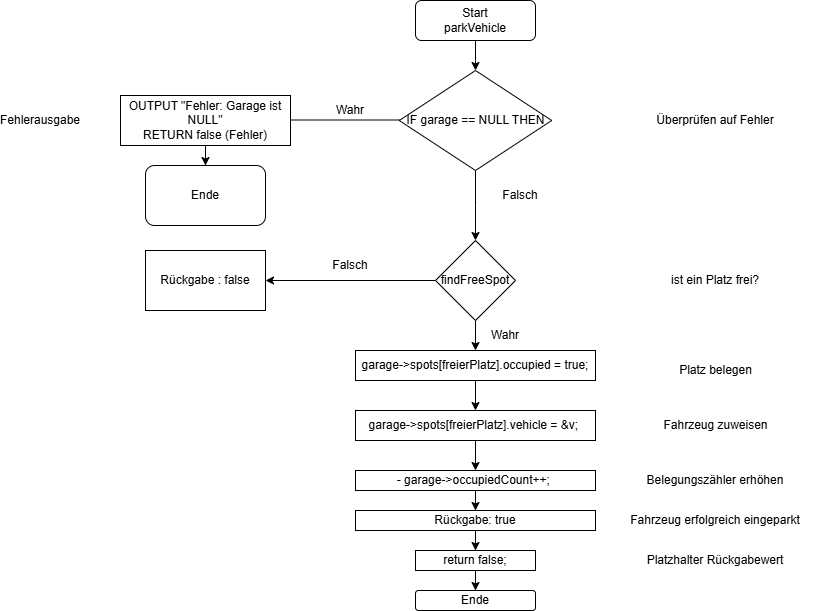
The draw.io diagram docs/flowcharts/parkingVehicle_flowchart.drawio.png in yasinbakacs/Projekt_Programmieren1, before a commit. Source tidied: cells renumbered, new cells last; positions are measured from the earlier drawing's top-left corner, leaving out a move shared by most shapes.
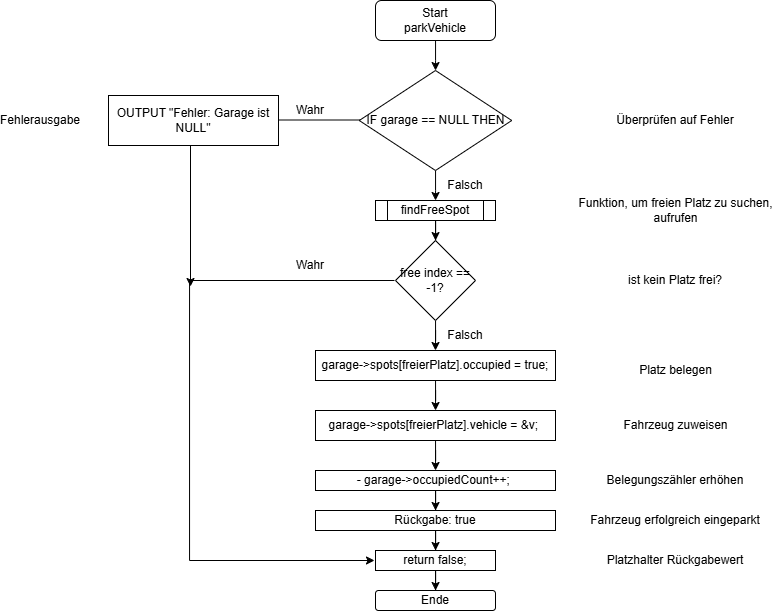
After the change.

Commit message:
Verbesserung parkingVehicle

The edit, as a diff of the source:
```diff
@@ -8,55 +8,53 @@
     <mxCell id="3" value="Start&lt;br&gt;parkVehicle" style="rounded=1;whiteSpace=wrap;html=1;" parent="1" vertex="1">
       <mxGeometry x="405" width="120" height="40" as="geometry" />
     </mxCell>
+    <mxCell id="5" style="edgeStyle=orthogonalEdgeStyle;rounded=0;orthogonalLoop=1;jettySize=auto;html=1;" parent="1" edge="1">
+      <mxGeometry relative="1" as="geometry">
+        <mxPoint x="448.8" y="119.5" as="sourcePoint" />
+        <mxPoint x="240" y="119.5" as="targetPoint" />
+      </mxGeometry>
+    </mxCell>
-    <mxCell id="4" style="edgeStyle=orthogonalEdgeStyle;rounded=0;jettySize=auto;html=1;entryX=0.5;entryY=0;entryDx=0;entryDy=0;" parent="1" edge="1" source="6" target="17">
+    <mxCell id="4" style="edgeStyle=orthogonalEdgeStyle;rounded=0;jettySize=auto;html=1;" parent="1" edge="1" source="6" target="17">
       <mxGeometry relative="1" as="geometry" />
     </mxCell>
-    <mxCell id="5" style="edgeStyle=orthogonalEdgeStyle;rounded=0;orthogonalLoop=1;jettySize=auto;html=1;" parent="1" edge="1">
-      <mxGeometry relative="1" as="geometry">
-        <mxPoint x="448.8" y="119.5" as="sourcePoint" />
-        <mxPoint x="240" y="119.5" as="targetPoint" />
-      </mxGeometry>
-    </mxCell>
     <mxCell id="6" value="IF garage == NULL THEN" style="rhombus;whiteSpace=wrap;html=1;" parent="1" vertex="1">
       <mxGeometry x="388.8" y="70" width="152.5" height="100" as="geometry" />
     </mxCell>
-    <mxCell id="7" style="edgeStyle=orthogonalEdgeStyle;rounded=0;jettySize=auto;html=1;" parent="1" edge="1" source="8" target="9">
-      <mxGeometry relative="1" as="geometry" />
-    </mxCell>
+    <mxCell id="37" style="edgeStyle=orthogonalEdgeStyle;rounded=0;orthogonalLoop=1;jettySize=auto;html=1;" parent="1" edge="1">
+      <mxGeometry relative="1" as="geometry">
+        <mxPoint x="220" y="121" as="sourcePoint" />
+        <mxPoint x="220" y="286" as="targetPoint" />
+      </mxGeometry>
+    </mxCell>
-    <mxCell id="8" value="&lt;div&gt;OUTPUT &quot;Fehler: Garage ist NULL&quot;&lt;/div&gt;&lt;div&gt;&lt;span style=&quot;background-color: transparent; color: light-dark(rgb(0, 0, 0), rgb(255, 255, 255));&quot;&gt;RETURN false (Fehler)&lt;/span&gt;&lt;/div&gt;" style="rounded=0;whiteSpace=wrap;html=1;" parent="1" vertex="1">
-      <mxGeometry x="110" y="95" width="170" height="50" as="geometry" />
+    <mxCell id="8" value="&lt;div&gt;OUTPUT &quot;Fehler: Garage ist NULL&quot;&lt;/div&gt;" style="rounded=0;whiteSpace=wrap;html=1;" parent="1" vertex="1">
+      <mxGeometry x="138" y="95" width="170" height="50" as="geometry" />
     </mxCell>
-    <mxCell id="9" value="Ende" style="rounded=1;whiteSpace=wrap;html=1;" parent="1" vertex="1">
-      <mxGeometry x="135" y="165" width="120" height="60" as="geometry" />
-    </mxCell>
     <mxCell id="10" value="Überprüfen auf Fehler" style="text;html=1;whiteSpace=wrap;strokeColor=none;fillColor=none;align=center;verticalAlign=middle;rounded=0;" parent="1" vertex="1">
       <mxGeometry x="620" y="105" width="170" height="30" as="geometry" />
     </mxCell>
     <mxCell id="11" value="Fehlerausgabe" style="text;html=1;whiteSpace=wrap;strokeColor=none;fillColor=none;align=center;verticalAlign=middle;rounded=0;" parent="1" vertex="1">
-      <mxGeometry y="105" width="60" height="30" as="geometry" />
+      <mxGeometry x="40" y="105" width="60" height="30" as="geometry" />
     </mxCell>
     <mxCell id="12" value="Wahr" style="text;html=1;whiteSpace=wrap;strokeColor=none;fillColor=none;align=center;verticalAlign=middle;rounded=0;" parent="1" vertex="1">
       <mxGeometry x="310" y="95" width="60" height="30" as="geometry" />
     </mxCell>
     <mxCell id="13" value="Falsch" style="text;html=1;whiteSpace=wrap;strokeColor=none;fillColor=none;align=center;verticalAlign=middle;rounded=0;" parent="1" vertex="1">
-      <mxGeometry x="480" y="180" width="60" height="30" as="geometry" />
+      <mxGeometry x="465" y="170" width="60" height="30" as="geometry" />
     </mxCell>
-    <mxCell id="14" value="ist ein Platz frei?" style="text;html=1;whiteSpace=wrap;strokeColor=none;fillColor=none;align=center;verticalAlign=middle;rounded=0;" parent="1" vertex="1">
+    <mxCell id="14" value="ist kein Platz frei?" style="text;html=1;whiteSpace=wrap;strokeColor=none;fillColor=none;align=center;verticalAlign=middle;rounded=0;" parent="1" vertex="1">
       <mxGeometry x="605" y="265" width="200" height="30" as="geometry" />
     </mxCell>
-    <mxCell id="15" style="edgeStyle=orthogonalEdgeStyle;rounded=0;jettySize=auto;html=1;" parent="1" edge="1" source="17" target="18">
-      <mxGeometry relative="1" as="geometry" />
+    <mxCell id="15" style="edgeStyle=orthogonalEdgeStyle;rounded=0;orthogonalLoop=1;jettySize=auto;html=1;entryX=0;entryY=0.5;entryDx=0;entryDy=0;" parent="1" edge="1">
+      <mxGeometry relative="1" as="geometry">
+        <mxPoint x="424" y="280" as="sourcePoint" />
+        <mxPoint x="404" y="560" as="targetPoint" />
+        <Array as="points">
+          <mxPoint x="219" y="280" />
+          <mxPoint x="219" y="560" />
+        </Array>
+      </mxGeometry>
     </mxCell>
-    <mxCell id="16" style="edgeStyle=orthogonalEdgeStyle;rounded=0;jettySize=auto;html=1;" parent="1" edge="1" source="17" target="21">
-      <mxGeometry relative="1" as="geometry" />
-    </mxCell>
-    <mxCell id="17" value="findFreeSpot" style="rhombus;whiteSpace=wrap;html=1;" parent="1" vertex="1">
-      <mxGeometry x="425" y="240" width="80" height="80" as="geometry" />
-    </mxCell>
-    <mxCell id="18" value="Rückgabe : false" style="whiteSpace=wrap;html=1;" parent="1" vertex="1">
-      <mxGeometry x="135" y="250" width="120" height="60" as="geometry" />
-    </mxCell>
-    <mxCell id="19" value="Falsch" style="text;html=1;whiteSpace=wrap;strokeColor=none;fillColor=none;align=center;verticalAlign=middle;rounded=0;" parent="1" vertex="1">
+    <mxCell id="19" value="Wahr" style="text;html=1;whiteSpace=wrap;strokeColor=none;fillColor=none;align=center;verticalAlign=middle;rounded=0;" parent="1" vertex="1">
       <mxGeometry x="310" y="250" width="60" height="30" as="geometry" />
     </mxCell>
     <mxCell id="20" style="edgeStyle=orthogonalEdgeStyle;rounded=0;jettySize=auto;html=1;" parent="1" edge="1" source="21" target="25">
@@ -65,7 +63,7 @@
     <mxCell id="21" value="&amp;nbsp;garage-&amp;gt;spots[freierPlatz].occupied = true;&amp;nbsp;" style="whiteSpace=wrap;html=1;" parent="1" vertex="1">
       <mxGeometry x="345" y="350" width="240" height="30" as="geometry" />
     </mxCell>
-    <mxCell id="22" value="Wahr" style="text;html=1;whiteSpace=wrap;strokeColor=none;fillColor=none;align=center;verticalAlign=middle;rounded=0;" parent="1" vertex="1">
+    <mxCell id="22" value="Falsch" style="text;html=1;whiteSpace=wrap;strokeColor=none;fillColor=none;align=center;verticalAlign=middle;rounded=0;" parent="1" vertex="1">
       <mxGeometry x="465" y="320" width="60" height="30" as="geometry" />
     </mxCell>
     <mxCell id="23" value="Platz belegen" style="text;html=1;whiteSpace=wrap;strokeColor=none;fillColor=none;align=center;verticalAlign=middle;rounded=0;" parent="1" vertex="1">
@@ -110,5 +108,22 @@
     <mxCell id="36" value="Ende" style="rounded=1;whiteSpace=wrap;html=1;" parent="1" vertex="1">
       <mxGeometry x="405" y="590" width="120" height="20" as="geometry" />
     </mxCell>
+    <mxCell id="38" style="edgeStyle=orthogonalEdgeStyle;rounded=0;jettySize=auto;html=1;" parent="1" edge="1" source="17">
+      <mxGeometry relative="1" as="geometry">
+        <mxPoint x="465" y="240" as="targetPoint" />
+      </mxGeometry>
+    </mxCell>
+    <mxCell id="17" value="findFreeSpot" style="shape=process;whiteSpace=wrap;html=1;backgroundOutline=1;" parent="1" vertex="1">
+      <mxGeometry x="405" y="200" width="120" height="20" as="geometry" />
+    </mxCell>
+    <mxCell id="39" style="edgeStyle=orthogonalEdgeStyle;rounded=0;jettySize=auto;html=1;entryX=0.5;entryY=0;entryDx=0;entryDy=0;" parent="1" edge="1" source="40" target="21">
+      <mxGeometry relative="1" as="geometry" />
+    </mxCell>
+    <mxCell id="40" value="free index == -1?" style="rhombus;whiteSpace=wrap;html=1;" parent="1" vertex="1">
+      <mxGeometry x="425" y="240" width="80" height="80" as="geometry" />
+    </mxCell>
+    <mxCell id="41" value="Funktion, um freien Platz zu suchen, aufrufen" style="text;html=1;whiteSpace=wrap;strokeColor=none;fillColor=none;align=center;verticalAlign=middle;rounded=0;" parent="1" vertex="1">
+      <mxGeometry x="602.5" y="195" width="205" height="30" as="geometry" />
+    </mxCell>
   </root>
 </mxGraphModel>
```
